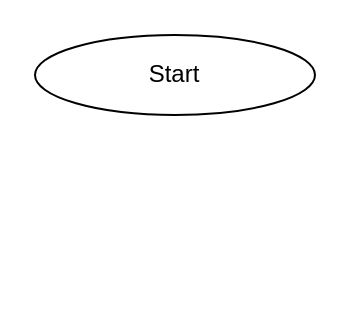
This is algoritm.dio from KuchumovaAnna/Verification_work, a draw.io file, before an edit. Source tidied: cells renumbered, new cells numbered last; positions are measured from the earlier drawing's top-left corner, leaving out a move shared by most shapes. Both pictures are drawn from the tidied source at 200%, with x=0, y=0 at pixel (34, 34).
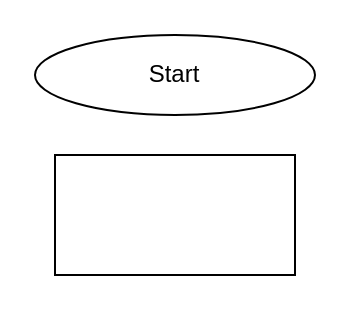
The same page after the edit.

Commit message (it also covers changes not shown here):
Writing code

Diff of the diagram source:
```diff
@@
 <mxGraphModel>
   <root>
     <mxCell id="0" />
     <mxCell id="1" parent="0" />
     <mxCell id="2" value="Start" style="ellipse;whiteSpace=wrap;html=1;" parent="1" vertex="1">
       <mxGeometry width="140" height="40" as="geometry" />
     </mxCell>
+    <mxCell id="3" style="rounded=0;whiteSpace=wrap;html=1;" parent="1" vertex="1">
+      <mxGeometry x="10" y="60" width="120" height="60" as="geometry" />
+    </mxCell>
   </root>
 </mxGraphModel>
```
